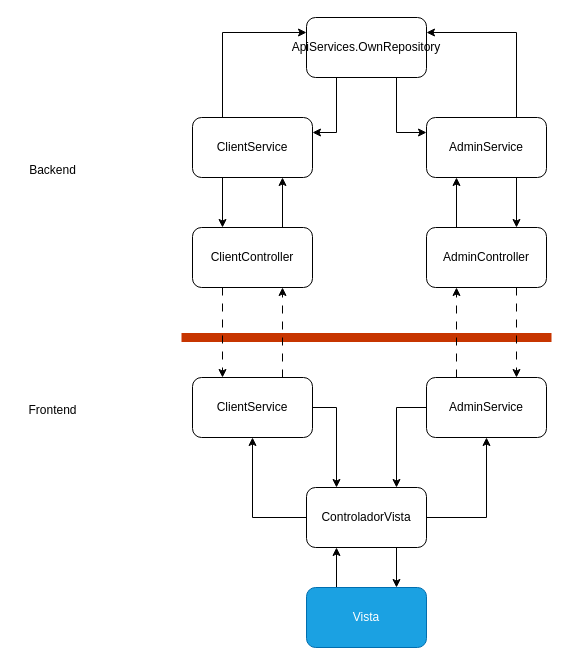
This is flugrama_servicios.drawio from BlockCLusterProject/Frontend, a draw.io file, before an edit. Source tidied: cells renumbered, new cells numbered last; positions are measured from the earlier drawing's top-left corner, leaving out a move shared by most shapes. Both pictures are drawn from the tidied source at 100%, with x=0, y=0 at pixel (17, 17).
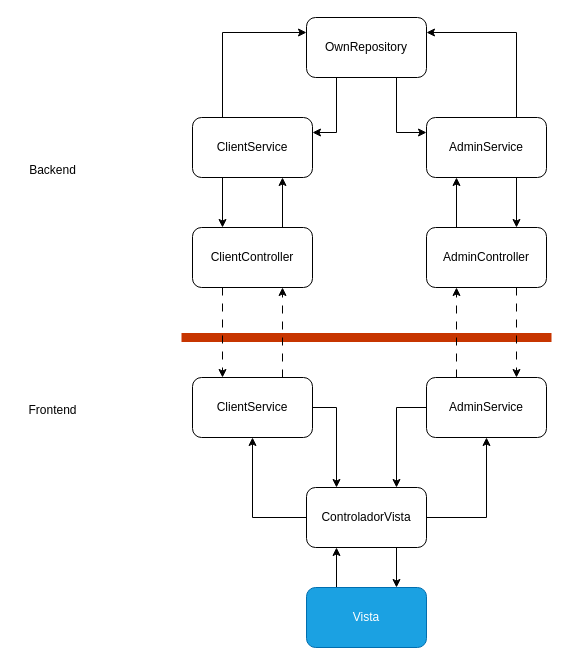
Above is the later version.

Change to the diagram source:
```diff
@@
-    <mxCell id="29" value="ApiServices.OwnRepository" style="rounded=1;whiteSpace=wrap;html=1;" parent="1" vertex="1">
+    <mxCell id="29" value="&lt;div&gt;&lt;span style=&quot;background-color: transparent; color: light-dark(rgb(0, 0, 0), rgb(255, 255, 255));&quot;&gt;OwnRepository&lt;/span&gt;&lt;/div&gt;" style="rounded=1;whiteSpace=wrap;html=1;" parent="1" vertex="1">
       <mxGeometry x="289" width="120" height="60" as="geometry" />
     </mxCell>
```
